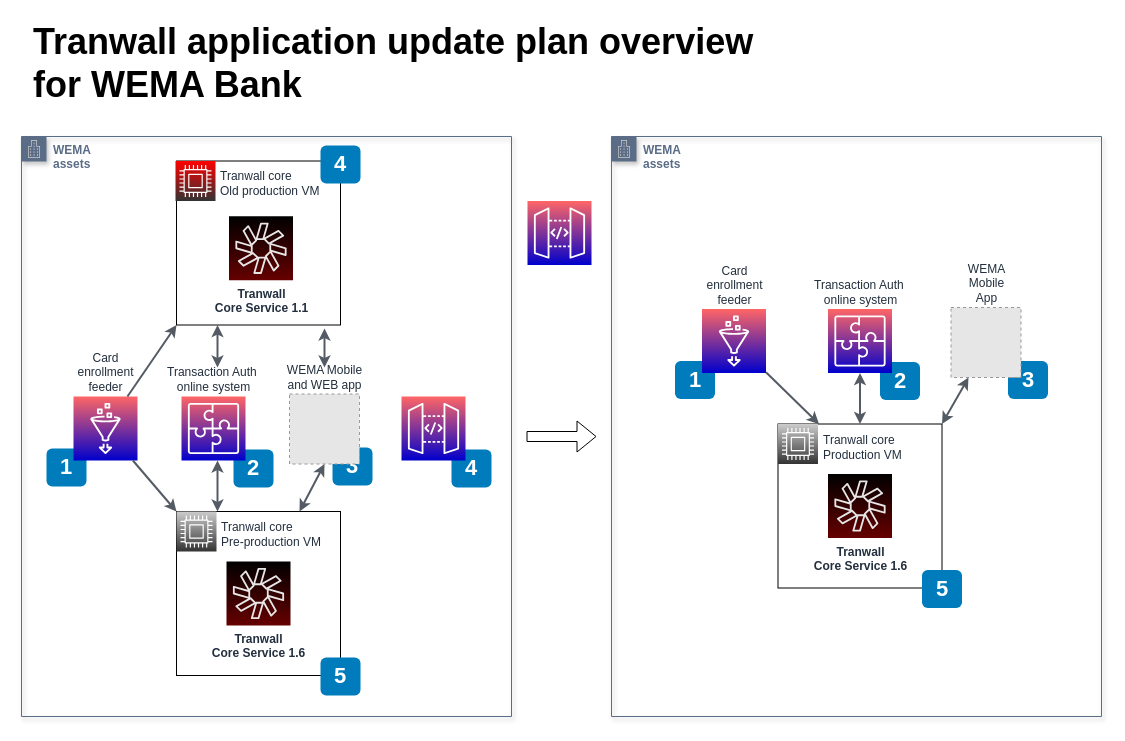
Above: WEMA-prod-update.drawio in 7ak/draw.io (draw.io), before the change. Source tidied: cells renumbered, new cells numbered last; positions are measured from the earlier drawing's top-left corner, leaving out a move shared by most shapes. Both pictures are drawn from the tidied source at 100%, with x=0, y=0 at pixel (21, 17). Pictures stored in the file or linked from it are replaced by grey dashed boxes.
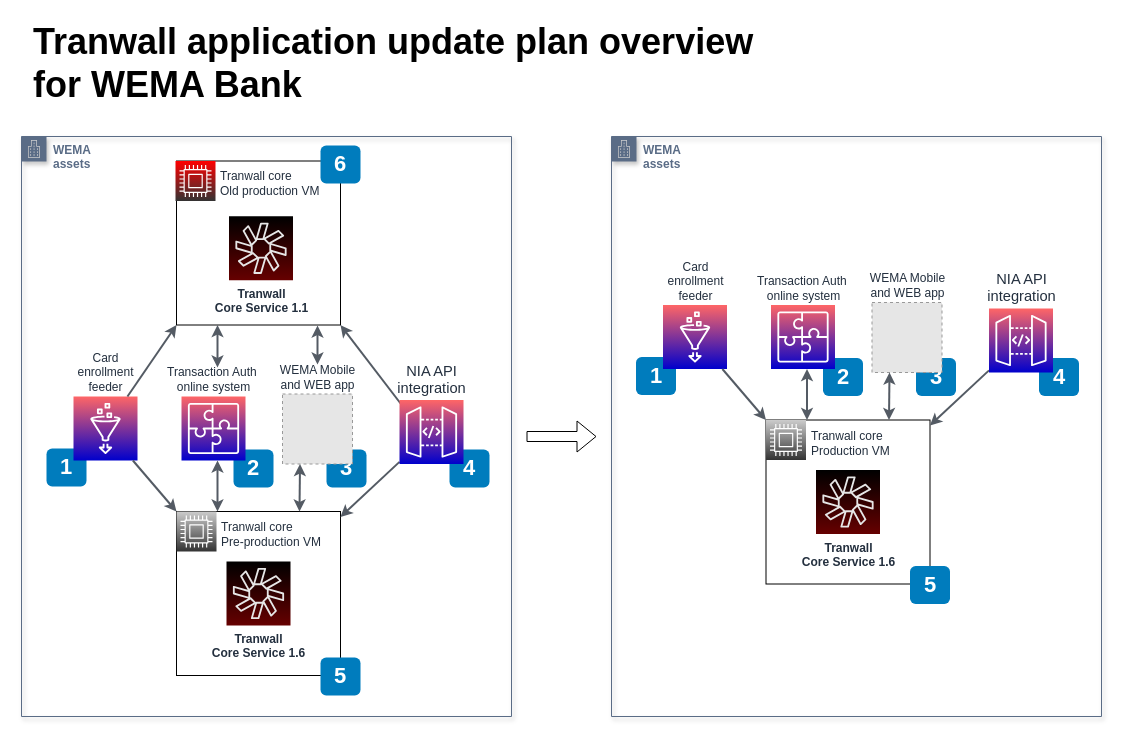
Above is the later version.

The change refers to these unchanged cells:
```xml
<mxCell id="4" style="whiteSpace=wrap;html=1;dashed=0;fontColor=#AAB7B8;fontStyle=0;align=left;verticalAlign=top;strokeColor=#000000;fillColor=none;gradientColor=none;spacingLeft=30;" parent="1" vertex="1">
  <mxGeometry x="155" y="143.5" width="164" height="164" as="geometry" />
</mxCell>
<mxCell id="8" style="whiteSpace=wrap;html=1;dashed=0;fontColor=#AAB7B8;fontStyle=0;align=left;verticalAlign=top;strokeColor=#000000;fillColor=none;gradientColor=none;spacingLeft=30;" parent="1" vertex="1">
  <mxGeometry x="155" y="494" width="164" height="164" as="geometry" />
</mxCell>
```

The edit, as a diff of the source:
```diff
@@
     <mxCell id="3" value="4" style="rounded=1;whiteSpace=wrap;html=1;fillColor=#007CBD;strokeColor=none;fontColor=#FFFFFF;fontStyle=1;fontSize=22;" parent="1" vertex="1">
-      <mxGeometry x="430" y="432" width="40" height="38" as="geometry" />
+      <mxGeometry x="428" y="432" width="40" height="38" as="geometry" />
     </mxCell>
@@
-    <mxCell id="10" value="4" style="rounded=1;whiteSpace=wrap;html=1;fillColor=#007CBD;strokeColor=none;fontColor=#FFFFFF;fontStyle=1;fontSize=22;" parent="1" vertex="1">
+    <mxCell id="10" value="6" style="rounded=1;whiteSpace=wrap;html=1;fillColor=#007CBD;strokeColor=none;fontColor=#FFFFFF;fontStyle=1;fontSize=22;" parent="1" vertex="1">
       <mxGeometry x="299" y="128" width="40" height="38" as="geometry" />
     </mxCell>
@@
     <mxCell id="17" value="3" style="rounded=1;whiteSpace=wrap;html=1;fillColor=#007CBD;strokeColor=none;fontColor=#FFFFFF;fontStyle=1;fontSize=22;" parent="1" vertex="1">
-      <mxGeometry x="311" y="430" width="40" height="38" as="geometry" />
+      <mxGeometry x="305" y="432" width="40" height="38" as="geometry" />
     </mxCell>
     <mxCell id="18" style="rounded=0;orthogonalLoop=1;jettySize=auto;html=1;strokeColor=#545B64;strokeWidth=2;endFill=1;endArrow=classic;startArrow=classic;startFill=1;" parent="1" edge="1">
       <mxGeometry relative="1" as="geometry">
-        <mxPoint x="303" y="350" as="sourcePoint" />
-        <mxPoint x="303" y="311" as="targetPoint" />
+        <mxPoint x="296" y="347" as="sourcePoint" />
+        <mxPoint x="296" y="308" as="targetPoint" />
       </mxGeometry>
     </mxCell>
@@
     <mxCell id="20" value="WEMA Mobile&lt;br&gt;and WEB app" style="fillColor=#E6E6E6;strokeColor=#999999;dashed=1;html=1;verticalAlign=bottom;verticalLabelPosition=top;fontColor=#232F3E;fontStyle=0;labelPosition=center;align=center;" parent="1" vertex="1">
-      <mxGeometry x="268" y="376.5" width="70" height="70" as="geometry" />
+      <mxGeometry x="261" y="376.5" width="70" height="70" as="geometry" />
     </mxCell>
@@
-    <mxCell id="26" style="rounded=0;jettySize=auto;html=1;strokeColor=#545B64;strokeWidth=2;endFill=1;endArrow=classic;startArrow=classic;startFill=1;entryX=0.75;entryY=0;entryDx=0;entryDy=0;exitX=0.5;exitY=1;exitDx=0;exitDy=0;" parent="1" edge="1" source="20" target="8">
-      <mxGeometry relative="1" as="geometry" />
+    <mxCell id="26" style="rounded=0;jettySize=auto;html=1;strokeColor=#545B64;strokeWidth=2;endFill=1;endArrow=classic;startArrow=classic;startFill=1;exitX=0.25;exitY=1;exitDx=0;exitDy=0;" parent="1" edge="1" source="20">
+      <mxGeometry relative="1" as="geometry">
+        <mxPoint x="278" y="494" as="targetPoint" />
+      </mxGeometry>
     </mxCell>
+    <mxCell id="42" style="rounded=0;jettySize=auto;html=1;strokeColor=#545B64;strokeWidth=2;endFill=1;endArrow=classic;startArrow=none;startFill=0;entryX=1;entryY=1;entryDx=0;entryDy=0;exitX=0.065;exitY=0.117;exitDx=0;exitDy=0;exitPerimeter=0;" parent="1" edge="1" source="41" target="4">
+      <mxGeometry relative="1" as="geometry" />
+    </mxCell>
+    <mxCell id="43" style="rounded=0;jettySize=auto;html=1;strokeColor=#545B64;strokeWidth=2;endFill=1;endArrow=classic;startArrow=none;startFill=0;" parent="1" edge="1" source="41" target="8">
+      <mxGeometry relative="1" as="geometry" />
+    </mxCell>
+    <mxCell id="41" value="&lt;span lang=&quot;EN-US&quot; style=&quot;font-size: 11.0pt ; font-family: &amp;#34;calibri&amp;#34; , sans-serif&quot;&gt;NIA API &lt;br&gt;integration&lt;/span&gt;" style="outlineConnect=0;fontColor=#232F3E;gradientColor=#FF6666;gradientDirection=north;fillColor=#0000CC;strokeColor=#ffffff;dashed=0;verticalLabelPosition=top;verticalAlign=bottom;align=center;html=1;fontSize=12;fontStyle=0;shape=mxgraph.aws4.resourceIcon;resIcon=mxgraph.aws4.api_gateway;labelPosition=center;" parent="1" vertex="1">
+      <mxGeometry x="378" y="382.5" width="64" height="64" as="geometry" />
+    </mxCell>
+    <mxCell id="44" value="4" style="rounded=1;whiteSpace=wrap;html=1;fillColor=#007CBD;strokeColor=none;fontColor=#FFFFFF;fontStyle=1;fontSize=22;" parent="1" vertex="1">
+      <mxGeometry x="1017.5" y="340.5" width="40" height="38" as="geometry" />
+    </mxCell>
     <mxCell id="27" value="2" style="rounded=1;whiteSpace=wrap;html=1;fillColor=#007CBD;strokeColor=none;fontColor=#FFFFFF;fontStyle=1;fontSize=22;" parent="1" vertex="1">
-      <mxGeometry x="858.5" y="344.5" width="40" height="38" as="geometry" />
+      <mxGeometry x="801.5" y="340.5" width="40" height="38" as="geometry" />
     </mxCell>
-    <mxCell id="28" style="whiteSpace=wrap;html=1;dashed=0;fontColor=#AAB7B8;fontStyle=0;align=left;verticalAlign=top;strokeColor=#000000;fillColor=none;gradientColor=none;spacingLeft=30;" parent="1" vertex="1">
-      <mxGeometry x="756.5" y="406.5" width="164" height="164" as="geometry" />
-    </mxCell>
+    <mxCell id="45" style="whiteSpace=wrap;html=1;dashed=0;fontColor=#AAB7B8;fontStyle=0;align=left;verticalAlign=top;strokeColor=#000000;fillColor=none;gradientColor=none;spacingLeft=30;" parent="1" vertex="1">
+      <mxGeometry x="744.5" y="402.5" width="164" height="164" as="geometry" />
+    </mxCell>
     <mxCell id="29" value="Tranwall core&lt;br&gt;&lt;span style=&quot;text-align: left&quot;&gt;Production VM&lt;br&gt;&lt;/span&gt;" style="fontColor=#232F3E;gradientColor=#CCCCCC;gradientDirection=north;fillColor=#333333;strokeColor=#ffffff;dashed=0;verticalLabelPosition=middle;verticalAlign=middle;align=left;html=1;fontSize=12;fontStyle=0;shape=mxgraph.aws4.resourceIcon;resIcon=mxgraph.aws4.compute;labelPosition=right;spacing=5;spacingBottom=-6;" parent="1" vertex="1">
-      <mxGeometry x="756.5" y="406.5" width="40" height="40" as="geometry" />
+      <mxGeometry x="744.5" y="402.5" width="40" height="40" as="geometry" />
     </mxCell>
     <mxCell id="30" value="&lt;span style=&quot;text-align: left&quot;&gt;&lt;b&gt;Tranwall&lt;br&gt;Core Service 1.6&lt;/b&gt;&lt;/span&gt;" style="fontColor=#232F3E;gradientColor=#000000;gradientDirection=north;fillColor=#660000;strokeColor=#E6E6E6;dashed=0;verticalLabelPosition=bottom;verticalAlign=top;align=center;html=1;fontSize=12;fontStyle=0;shape=mxgraph.aws4.resourceIcon;resIcon=mxgraph.aws4.chime;shadow=0;" parent="1" vertex="1">
-      <mxGeometry x="806.5" y="456.5" width="64" height="64" as="geometry" />
+      <mxGeometry x="794.5" y="452.5" width="64" height="64" as="geometry" />
     </mxCell>
     <mxCell id="31" value="1" style="rounded=1;whiteSpace=wrap;html=1;fillColor=#007CBD;strokeColor=none;fontColor=#FFFFFF;fontStyle=1;fontSize=22;" parent="1" vertex="1">
-      <mxGeometry x="653.5" y="343.5" width="40" height="38" as="geometry" />
+      <mxGeometry x="614.5" y="339.5" width="40" height="38" as="geometry" />
     </mxCell>
     <mxCell id="32" value="Transaction Auth&amp;nbsp;&lt;br&gt;online system" style="outlineConnect=0;fontColor=#232F3E;gradientColor=#FF6666;gradientDirection=north;fillColor=#0000CC;strokeColor=#ffffff;dashed=0;verticalLabelPosition=top;verticalAlign=bottom;align=center;html=1;fontSize=12;fontStyle=0;shape=mxgraph.aws4.resourceIcon;resIcon=mxgraph.aws4.application_integration;labelPosition=center;" parent="1" vertex="1">
-      <mxGeometry x="806.5" y="291.5" width="64" height="64" as="geometry" />
+      <mxGeometry x="749.5" y="287.5" width="64" height="64" as="geometry" />
     </mxCell>
     <mxCell id="33" value="3" style="rounded=1;whiteSpace=wrap;html=1;fillColor=#007CBD;strokeColor=none;fontColor=#FFFFFF;fontStyle=1;fontSize=22;" parent="1" vertex="1">
-      <mxGeometry x="986.5" y="343.5" width="40" height="38" as="geometry" />
+      <mxGeometry x="894.5" y="340.5" width="40" height="38" as="geometry" />
     </mxCell>
-    <mxCell id="34" value="WEMA&lt;br&gt;Mobile&lt;br&gt;App" style="fillColor=#E6E6E6;strokeColor=#999999;dashed=1;html=1;verticalAlign=bottom;verticalLabelPosition=top;fontColor=#232F3E;fontStyle=0;labelPosition=center;align=center;" parent="1" vertex="1">
-      <mxGeometry x="929.5" y="290" width="70" height="70" as="geometry" />
-    </mxCell>
+    <mxCell id="46" value="WEMA Mobile&lt;br&gt;and WEB app" style="fillColor=#E6E6E6;strokeColor=#999999;dashed=1;html=1;verticalAlign=bottom;verticalLabelPosition=top;fontColor=#232F3E;fontStyle=0;labelPosition=center;align=center;" parent="1" vertex="1">
+      <mxGeometry x="850.5" y="285" width="70" height="70" as="geometry" />
+    </mxCell>
     <mxCell id="35" value="5" style="rounded=1;whiteSpace=wrap;html=1;fillColor=#007CBD;strokeColor=none;fontColor=#FFFFFF;fontStyle=1;fontSize=22;" parent="1" vertex="1">
-      <mxGeometry x="900.5" y="552.5" width="40" height="38" as="geometry" />
+      <mxGeometry x="888.5" y="548.5" width="40" height="38" as="geometry" />
     </mxCell>
     <mxCell id="36" value="Card &lt;br&gt;enrollment&lt;br&gt;feeder" style="outlineConnect=0;fontColor=#232F3E;gradientColor=#FF6666;gradientDirection=north;fillColor=#0000CC;strokeColor=#ffffff;dashed=0;verticalLabelPosition=top;verticalAlign=bottom;align=center;html=1;fontSize=12;fontStyle=0;shape=mxgraph.aws4.resourceIcon;resIcon=mxgraph.aws4.glue;labelPosition=center;" parent="1" vertex="1">
-      <mxGeometry x="680.5" y="291.5" width="64" height="64" as="geometry" />
+      <mxGeometry x="641.5" y="287.5" width="64" height="64" as="geometry" />
     </mxCell>
-    <mxCell id="37" style="rounded=0;jettySize=auto;html=1;strokeColor=#545B64;strokeWidth=2;endFill=1;endArrow=classic;startArrow=none;startFill=0;entryX=0.25;entryY=0;entryDx=0;entryDy=0;" parent="1" edge="1" source="36" target="28">
-      <mxGeometry relative="1" as="geometry" />
-    </mxCell>
-    <mxCell id="38" style="edgeStyle=orthogonalEdgeStyle;rounded=0;jettySize=auto;html=1;strokeColor=#545B64;strokeWidth=2;endFill=1;endArrow=classic;startArrow=classic;startFill=1;exitX=0.5;exitY=0;exitDx=0;exitDy=0;" parent="1" edge="1" source="28" target="32">
-      <mxGeometry relative="1" as="geometry" />
-    </mxCell>
-    <mxCell id="39" style="rounded=0;jettySize=auto;html=1;strokeColor=#545B64;strokeWidth=2;endFill=1;endArrow=classic;startArrow=classic;startFill=1;entryX=1;entryY=0;entryDx=0;entryDy=0;exitX=0.25;exitY=1;exitDx=0;exitDy=0;" parent="1" edge="1" source="34" target="28">
-      <mxGeometry relative="1" as="geometry" />
-    </mxCell>
-    <mxCell id="40" style="fontColor=#232F3E;gradientColor=#FF6666;gradientDirection=north;fillColor=#0000CC;strokeColor=#ffffff;dashed=0;verticalLabelPosition=bottom;verticalAlign=bottom;align=center;html=1;fontSize=12;fontStyle=0;shape=mxgraph.aws4.resourceIcon;resIcon=mxgraph.aws4.api_gateway;" parent="1" vertex="1">
-      <mxGeometry x="506" y="183.5" width="64" height="64" as="geometry" />
-    </mxCell>
-    <mxCell id="41" style="outlineConnect=0;fontColor=#232F3E;gradientColor=#FF6666;gradientDirection=north;fillColor=#0000CC;strokeColor=#ffffff;dashed=0;verticalLabelPosition=bottom;verticalAlign=bottom;align=center;html=1;fontSize=12;fontStyle=0;shape=mxgraph.aws4.resourceIcon;resIcon=mxgraph.aws4.api_gateway;" parent="1" vertex="1">
-      <mxGeometry x="380" y="379" width="64" height="64" as="geometry" />
-    </mxCell>
+    <mxCell id="47" style="rounded=0;jettySize=auto;html=1;strokeColor=#545B64;strokeWidth=2;endFill=1;endArrow=classic;startArrow=none;startFill=0;entryX=0;entryY=0;entryDx=0;entryDy=0;" parent="1" edge="1" source="36" target="45">
+      <mxGeometry relative="1" as="geometry" />
+    </mxCell>
+    <mxCell id="48" style="edgeStyle=orthogonalEdgeStyle;rounded=0;jettySize=auto;html=1;strokeColor=#545B64;strokeWidth=2;endFill=1;endArrow=classic;startArrow=classic;startFill=1;exitX=0.25;exitY=0;exitDx=0;exitDy=0;" parent="1" edge="1" source="45" target="32">
+      <mxGeometry relative="1" as="geometry">
+        <Array as="points">
+          <mxPoint x="785.5" y="378.5" />
+          <mxPoint x="785.5" y="378.5" />
+        </Array>
+      </mxGeometry>
+    </mxCell>
+    <mxCell id="49" style="rounded=0;jettySize=auto;html=1;strokeColor=#545B64;strokeWidth=2;endFill=1;endArrow=classic;startArrow=classic;startFill=1;exitX=0.25;exitY=1;exitDx=0;exitDy=0;" parent="1" edge="1" source="46">
+      <mxGeometry relative="1" as="geometry">
+        <mxPoint x="867.5" y="402.5" as="targetPoint" />
+      </mxGeometry>
+    </mxCell>
+    <mxCell id="50" style="rounded=0;jettySize=auto;html=1;strokeColor=#545B64;strokeWidth=2;endFill=1;endArrow=classic;startArrow=none;startFill=0;" parent="1" edge="1" source="51" target="45">
+      <mxGeometry relative="1" as="geometry" />
+    </mxCell>
+    <mxCell id="51" value="&lt;span lang=&quot;EN-US&quot; style=&quot;font-size: 11.0pt ; font-family: &amp;#34;calibri&amp;#34; , sans-serif&quot;&gt;NIA API &lt;br&gt;integration&lt;/span&gt;" style="outlineConnect=0;fontColor=#232F3E;gradientColor=#FF6666;gradientDirection=north;fillColor=#0000CC;strokeColor=#ffffff;dashed=0;verticalLabelPosition=top;verticalAlign=bottom;align=center;html=1;fontSize=12;fontStyle=0;shape=mxgraph.aws4.resourceIcon;resIcon=mxgraph.aws4.api_gateway;labelPosition=center;" parent="1" vertex="1">
+      <mxGeometry x="967.5" y="291" width="64" height="64" as="geometry" />
+    </mxCell>
```
